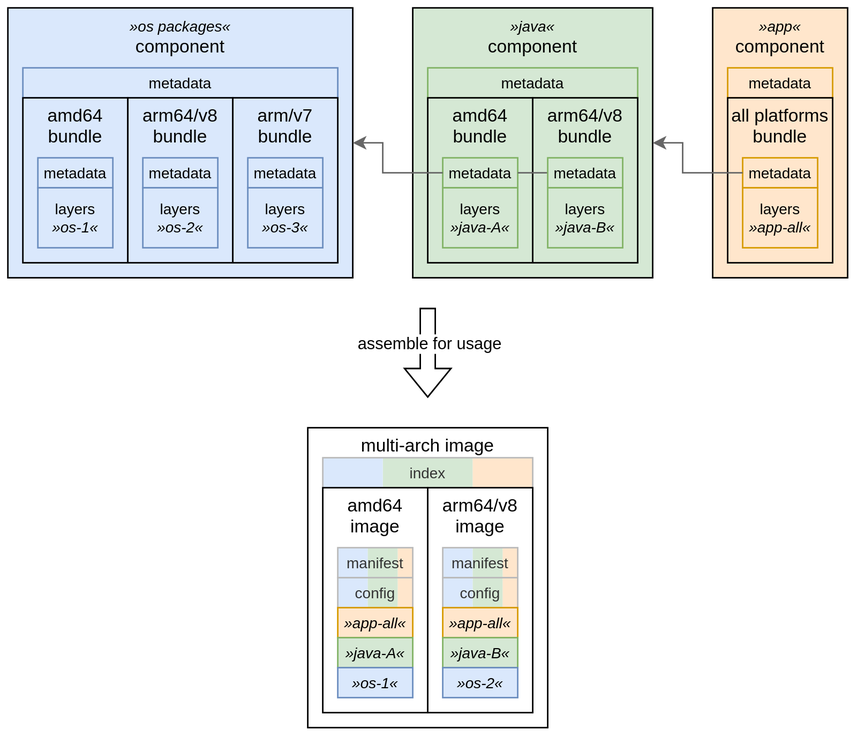
Before: docs/images/components-bundles-multi-arch.drawio.svg, a diagram exported from draw.io (SgtSilvio/gradle-oci). Source tidied: cells renumbered, new cells last; positions are measured from the earlier drawing's top-left corner, leaving out a move shared by most shapes.
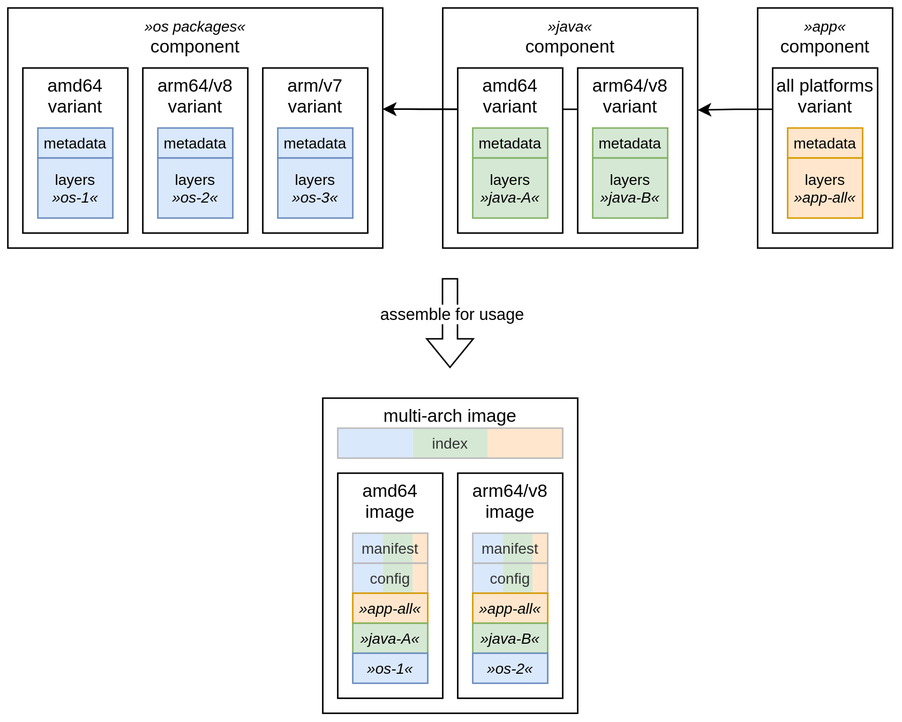
Above is the later version.

The edit, as a diff of the source:
```diff
@@ -3,123 +3,116 @@
     <mxCell id="0" />
     <mxCell id="1" parent="0" />
     <mxCell id="2" value="multi-arch image" style="rounded=0;whiteSpace=wrap;html=1;verticalAlign=top;horizontal=1;spacing=0;" parent="1" vertex="1">
-      <mxGeometry x="200" y="280" width="160" height="200" as="geometry" />
+      <mxGeometry x="210" y="280" width="170" height="210" as="geometry" />
     </mxCell>
     <mxCell id="3" style="rounded=0;whiteSpace=wrap;html=1;fillColor=#d5e8d4;strokeColor=none;" parent="1" vertex="1">
-      <mxGeometry x="250" y="300" width="60" height="20" as="geometry" />
+      <mxGeometry x="270" y="300" width="50" height="20" as="geometry" />
     </mxCell>
     <mxCell id="4" style="rounded=0;whiteSpace=wrap;html=1;fillColor=#ffe6cc;strokeColor=none;" parent="1" vertex="1">
-      <mxGeometry x="310" y="300" width="40" height="20" as="geometry" />
+      <mxGeometry x="320" y="300" width="50" height="20" as="geometry" />
     </mxCell>
     <mxCell id="5" style="rounded=0;whiteSpace=wrap;html=1;fillColor=#dae8fc;strokeColor=none;" parent="1" vertex="1">
-      <mxGeometry x="210" y="300" width="40" height="20" as="geometry" />
+      <mxGeometry x="220" y="300" width="50" height="20" as="geometry" />
     </mxCell>
     <mxCell id="6" value="&lt;font style=&quot;font-size: 10px;&quot;&gt;index&lt;/font&gt;" style="rounded=0;whiteSpace=wrap;html=1;verticalAlign=middle;spacing=2;fontSize=10;fillColor=none;fontColor=#333333;strokeColor=#BBBBBB;" parent="1" vertex="1">
-      <mxGeometry x="210" y="300" width="140" height="20" as="geometry" />
+      <mxGeometry x="220" y="300" width="150" height="20" as="geometry" />
     </mxCell>
     <mxCell id="7" value="amd64&lt;br&gt;image" style="rounded=0;whiteSpace=wrap;html=1;verticalAlign=top;spacing=0;" parent="1" vertex="1">
-      <mxGeometry x="210" y="320" width="70" height="150" as="geometry" />
+      <mxGeometry x="220" y="330" width="70" height="150" as="geometry" />
     </mxCell>
     <mxCell id="8" value="arm64/v8&lt;br&gt;image" style="rounded=0;whiteSpace=wrap;html=1;verticalAlign=top;spacing=0;" parent="1" vertex="1">
-      <mxGeometry x="280" y="320" width="70" height="150" as="geometry" />
+      <mxGeometry x="300" y="330" width="70" height="150" as="geometry" />
     </mxCell>
     <mxCell id="9" style="rounded=0;whiteSpace=wrap;html=1;fillColor=#dae8fc;strokeColor=none;" parent="1" vertex="1">
-      <mxGeometry x="220" y="360" width="20" height="20" as="geometry" />
+      <mxGeometry x="230" y="370" width="20" height="20" as="geometry" />
     </mxCell>
     <mxCell id="10" style="rounded=0;whiteSpace=wrap;html=1;fillColor=#d5e8d4;strokeColor=none;" parent="1" vertex="1">
-      <mxGeometry x="240" y="360" width="20" height="20" as="geometry" />
+      <mxGeometry x="250" y="370" width="20" height="20" as="geometry" />
     </mxCell>
     <mxCell id="11" style="rounded=0;whiteSpace=wrap;html=1;fillColor=#ffe6cc;strokeColor=none;" parent="1" vertex="1">
-      <mxGeometry x="260" y="360" width="10" height="20" as="geometry" />
+      <mxGeometry x="270" y="370" width="10" height="20" as="geometry" />
     </mxCell>
     <mxCell id="12" style="rounded=0;whiteSpace=wrap;html=1;fillColor=#dae8fc;strokeColor=none;" parent="1" vertex="1">
-      <mxGeometry x="220" y="380" width="20" height="20" as="geometry" />
+      <mxGeometry x="230" y="390" width="20" height="20" as="geometry" />
     </mxCell>
     <mxCell id="13" style="rounded=0;whiteSpace=wrap;html=1;fillColor=#d5e8d4;strokeColor=none;" parent="1" vertex="1">
-      <mxGeometry x="240" y="380" width="20" height="20" as="geometry" />
+      <mxGeometry x="250" y="390" width="20" height="20" as="geometry" />
     </mxCell>
     <mxCell id="14" style="rounded=0;whiteSpace=wrap;html=1;fillColor=#ffe6cc;strokeColor=none;" parent="1" vertex="1">
-      <mxGeometry x="260" y="380" width="10" height="20" as="geometry" />
+      <mxGeometry x="270" y="390" width="10" height="20" as="geometry" />
     </mxCell>
     <mxCell id="15" style="rounded=0;whiteSpace=wrap;html=1;fillColor=#dae8fc;strokeColor=none;" parent="1" vertex="1">
-      <mxGeometry x="290" y="360" width="20" height="20" as="geometry" />
+      <mxGeometry x="310" y="370" width="20" height="20" as="geometry" />
     </mxCell>
     <mxCell id="16" style="rounded=0;whiteSpace=wrap;html=1;fillColor=#d5e8d4;strokeColor=none;" parent="1" vertex="1">
-      <mxGeometry x="310" y="360" width="20" height="20" as="geometry" />
+      <mxGeometry x="330" y="370" width="20" height="20" as="geometry" />
     </mxCell>
     <mxCell id="17" style="rounded=0;whiteSpace=wrap;html=1;fillColor=#ffe6cc;strokeColor=none;" parent="1" vertex="1">
-      <mxGeometry x="330" y="360" width="10" height="20" as="geometry" />
+      <mxGeometry x="350" y="370" width="10" height="20" as="geometry" />
     </mxCell>
     <mxCell id="18" style="rounded=0;whiteSpace=wrap;html=1;fillColor=#dae8fc;strokeColor=none;" parent="1" vertex="1">
-      <mxGeometry x="290" y="380" width="20" height="20" as="geometry" />
+      <mxGeometry x="310" y="390" width="20" height="20" as="geometry" />
     </mxCell>
     <mxCell id="19" style="rounded=0;whiteSpace=wrap;html=1;fillColor=#d5e8d4;strokeColor=none;" parent="1" vertex="1">
-      <mxGeometry x="310" y="380" width="20" height="20" as="geometry" />
+      <mxGeometry x="330" y="390" width="20" height="20" as="geometry" />
     </mxCell>
     <mxCell id="20" style="rounded=0;whiteSpace=wrap;html=1;fillColor=#ffe6cc;strokeColor=none;" parent="1" vertex="1">
-      <mxGeometry x="330" y="380" width="10" height="20" as="geometry" />
+      <mxGeometry x="350" y="390" width="10" height="20" as="geometry" />
     </mxCell>
     <mxCell id="21" value="config" style="rounded=0;whiteSpace=wrap;html=1;strokeColor=#BBBBBB;fillColor=none;verticalAlign=middle;fontSize=10;fontColor=#333333;" parent="1" vertex="1">
-      <mxGeometry x="220" y="380" width="50" height="20" as="geometry" />
+      <mxGeometry x="230" y="390" width="50" height="20" as="geometry" />
     </mxCell>
     <mxCell id="22" value="manifest" style="rounded=0;whiteSpace=wrap;html=1;strokeColor=#BBBBBB;fillColor=none;verticalAlign=middle;fontSize=10;fontColor=#333333;" parent="1" vertex="1">
-      <mxGeometry x="220" y="360" width="50" height="20" as="geometry" />
+      <mxGeometry x="230" y="370" width="50" height="20" as="geometry" />
     </mxCell>
     <mxCell id="23" value="config" style="rounded=0;whiteSpace=wrap;html=1;strokeColor=#BBBBBB;fillColor=none;verticalAlign=middle;fontSize=10;fontColor=#333333;" parent="1" vertex="1">
-      <mxGeometry x="290" y="380" width="50" height="20" as="geometry" />
+      <mxGeometry x="310" y="390" width="50" height="20" as="geometry" />
     </mxCell>
     <mxCell id="24" value="manifest" style="rounded=0;whiteSpace=wrap;html=1;strokeColor=#BBBBBB;fillColor=none;verticalAlign=middle;fontSize=10;fontColor=#333333;" parent="1" vertex="1">
-      <mxGeometry x="290" y="360" width="50" height="20" as="geometry" />
+      <mxGeometry x="310" y="370" width="50" height="20" as="geometry" />
     </mxCell>
-    <mxCell id="25" value="&lt;i style=&quot;border-color: var(--border-color); font-size: 10px;&quot;&gt;»app«&lt;/i&gt;&lt;br style=&quot;border-color: var(--border-color);&quot;&gt;component" style="rounded=0;whiteSpace=wrap;html=1;strokeColor=default;fillColor=#ffe6cc;verticalAlign=top;horizontal=1;spacing=0;" parent="1" vertex="1">
-      <mxGeometry x="470" width="90" height="180" as="geometry" />
+    <mxCell id="25" value="&lt;i style=&quot;border-color: var(--border-color); font-size: 10px;&quot;&gt;»app«&lt;/i&gt;&lt;br style=&quot;border-color: var(--border-color);&quot;&gt;component" style="rounded=0;whiteSpace=wrap;html=1;verticalAlign=top;horizontal=1;spacing=0;" parent="1" vertex="1">
+      <mxGeometry x="500" y="20" width="90" height="160" as="geometry" />
     </mxCell>
-    <mxCell id="26" value="metadata" style="rounded=0;whiteSpace=wrap;html=1;strokeColor=#d79b00;fillColor=#ffe6cc;verticalAlign=middle;fontSize=10;" parent="1" vertex="1">
-      <mxGeometry x="480" y="40" width="70" height="20" as="geometry" />
-    </mxCell>
-    <mxCell id="27" value="all platforms&lt;br&gt;bundle" style="rounded=0;whiteSpace=wrap;html=1;strokeColor=default;fillColor=#ffe6cc;verticalAlign=top;spacing=0;" parent="1" vertex="1">
-      <mxGeometry x="480" y="60" width="70" height="110" as="geometry" />
+    <mxCell id="27" value="all platforms&lt;br&gt;variant" style="rounded=0;whiteSpace=wrap;html=1;verticalAlign=top;spacing=0;" parent="1" vertex="1">
+      <mxGeometry x="510" y="60" width="70" height="110" as="geometry" />
     </mxCell>
     <mxCell id="28" value="metadata" style="rounded=0;whiteSpace=wrap;html=1;strokeColor=#d79b00;fillColor=#ffe6cc;verticalAlign=middle;fontSize=10;" parent="1" vertex="1">
-      <mxGeometry x="490" y="100" width="50" height="20" as="geometry" />
+      <mxGeometry x="520" y="100" width="50" height="20" as="geometry" />
     </mxCell>
     <mxCell id="29" value="layers&lt;br&gt;&lt;i style=&quot;border-color: var(--border-color);&quot;&gt;»app-all«&lt;/i&gt;" style="rounded=0;whiteSpace=wrap;html=1;strokeColor=#d79b00;fillColor=#ffe6cc;verticalAlign=middle;fontSize=10;" parent="1" vertex="1">
-      <mxGeometry x="490" y="120" width="50" height="40" as="geometry" />
+      <mxGeometry x="520" y="120" width="50" height="40" as="geometry" />
     </mxCell>
-    <mxCell id="30" value="&lt;i style=&quot;border-color: var(--border-color); font-size: 10px;&quot;&gt;»java«&lt;br&gt;&lt;/i&gt;component" style="rounded=0;whiteSpace=wrap;html=1;strokeColor=default;fillColor=#d5e8d4;verticalAlign=top;horizontal=1;spacing=0;" parent="1" vertex="1">
-      <mxGeometry x="270" width="160" height="180" as="geometry" />
+    <mxCell id="30" value="&lt;i style=&quot;border-color: var(--border-color); font-size: 10px;&quot;&gt;»java«&lt;br&gt;&lt;/i&gt;component" style="rounded=0;whiteSpace=wrap;html=1;verticalAlign=top;horizontal=1;spacing=0;" parent="1" vertex="1">
+      <mxGeometry x="290" y="20" width="170" height="160" as="geometry" />
     </mxCell>
-    <mxCell id="31" value="&lt;font style=&quot;font-size: 10px;&quot;&gt;metadata&lt;/font&gt;" style="rounded=0;whiteSpace=wrap;html=1;strokeColor=#82b366;fillColor=#d5e8d4;verticalAlign=middle;spacing=2;fontSize=10;" parent="1" vertex="1">
-      <mxGeometry x="280" y="40" width="140" height="20" as="geometry" />
-    </mxCell>
+    <mxCell id="60" style="edgeStyle=orthogonalEdgeStyle;rounded=0;jettySize=auto;html=1;exitX=0;exitY=0.25;exitDx=0;exitDy=0;" parent="1" edge="1" source="35">
+      <mxGeometry relative="1" as="geometry">
+        <mxPoint x="250" y="87.4" as="targetPoint" />
+      </mxGeometry>
+    </mxCell>
-    <mxCell id="32" value="amd64&lt;br&gt;bundle" style="rounded=0;whiteSpace=wrap;html=1;strokeColor=default;fillColor=#d5e8d4;verticalAlign=top;spacing=0;" parent="1" vertex="1">
-      <mxGeometry x="280" y="60" width="70" height="110" as="geometry" />
+    <mxCell id="32" value="amd64&lt;br&gt;variant" style="rounded=0;whiteSpace=wrap;html=1;verticalAlign=top;spacing=0;" parent="1" vertex="1">
+      <mxGeometry x="300" y="60" width="70" height="110" as="geometry" />
     </mxCell>
     <mxCell id="33" value="metadata" style="rounded=0;whiteSpace=wrap;html=1;strokeColor=#82b366;fillColor=#d5e8d4;verticalAlign=middle;fontSize=10;" parent="1" vertex="1">
-      <mxGeometry x="290" y="100" width="50" height="20" as="geometry" />
+      <mxGeometry x="310" y="100" width="50" height="20" as="geometry" />
     </mxCell>
     <mxCell id="34" value="layers&lt;br&gt;&lt;i style=&quot;border-color: var(--border-color);&quot;&gt;»java-A«&lt;/i&gt;" style="rounded=0;whiteSpace=wrap;html=1;strokeColor=#82b366;fillColor=#d5e8d4;verticalAlign=middle;fontSize=10;" parent="1" vertex="1">
-      <mxGeometry x="290" y="120" width="50" height="40" as="geometry" />
+      <mxGeometry x="310" y="120" width="50" height="40" as="geometry" />
     </mxCell>
-    <mxCell id="35" value="arm64/v8&lt;br&gt;bundle" style="rounded=0;whiteSpace=wrap;html=1;strokeColor=default;fillColor=#d5e8d4;verticalAlign=top;spacing=0;" parent="1" vertex="1">
-      <mxGeometry x="350" y="60" width="70" height="110" as="geometry" />
+    <mxCell id="35" value="arm64/v8&lt;br&gt;variant" style="rounded=0;whiteSpace=wrap;html=1;verticalAlign=top;spacing=0;" parent="1" vertex="1">
+      <mxGeometry x="380" y="60" width="70" height="110" as="geometry" />
     </mxCell>
-    <mxCell id="36" style="edgeStyle=orthogonalEdgeStyle;rounded=0;jettySize=auto;html=1;exitX=0;exitY=0.5;exitDx=0;exitDy=0;entryX=1;entryY=0.5;entryDx=0;entryDy=0;endArrow=none;endFill=0;fillColor=#f5f5f5;strokeColor=#666666;" parent="1" edge="1" source="37" target="33">
-      <mxGeometry relative="1" as="geometry" />
-    </mxCell>
     <mxCell id="37" value="metadata" style="rounded=0;whiteSpace=wrap;html=1;strokeColor=#82b366;fillColor=#d5e8d4;verticalAlign=middle;fontSize=10;" parent="1" vertex="1">
-      <mxGeometry x="360" y="100" width="50" height="20" as="geometry" />
+      <mxGeometry x="390" y="100" width="50" height="20" as="geometry" />
     </mxCell>
     <mxCell id="38" value="layers&lt;br&gt;&lt;i style=&quot;border-color: var(--border-color);&quot;&gt;»java-B«&lt;/i&gt;" style="rounded=0;whiteSpace=wrap;html=1;strokeColor=#82b366;fillColor=#d5e8d4;verticalAlign=middle;fontSize=10;" parent="1" vertex="1">
-      <mxGeometry x="360" y="120" width="50" height="40" as="geometry" />
+      <mxGeometry x="390" y="120" width="50" height="40" as="geometry" />
     </mxCell>
-    <mxCell id="39" value="&lt;i style=&quot;border-color: var(--border-color); font-size: 10px;&quot;&gt;»os packages«&lt;/i&gt;&lt;br style=&quot;border-color: var(--border-color);&quot;&gt;component" style="rounded=0;whiteSpace=wrap;html=1;strokeColor=default;fillColor=#dae8fc;verticalAlign=top;horizontal=1;spacing=0;" parent="1" vertex="1">
-      <mxGeometry width="230" height="180" as="geometry" />
+    <mxCell id="39" value="&lt;i style=&quot;border-color: var(--border-color); font-size: 10px;&quot;&gt;»os packages«&lt;/i&gt;&lt;br style=&quot;border-color: var(--border-color);&quot;&gt;component" style="rounded=0;whiteSpace=wrap;html=1;verticalAlign=top;horizontal=1;spacing=0;" parent="1" vertex="1">
+      <mxGeometry y="20" width="250" height="160" as="geometry" />
     </mxCell>
-    <mxCell id="40" value="&lt;font style=&quot;font-size: 10px;&quot;&gt;metadata&lt;/font&gt;" style="rounded=0;whiteSpace=wrap;html=1;strokeColor=#6c8ebf;fillColor=#dae8fc;verticalAlign=middle;spacing=2;fontSize=10;" parent="1" vertex="1">
-      <mxGeometry x="10" y="40" width="210" height="20" as="geometry" />
-    </mxCell>
-    <mxCell id="41" value="amd64&lt;br&gt;bundle" style="rounded=0;whiteSpace=wrap;html=1;strokeColor=default;fillColor=#dae8fc;verticalAlign=top;spacing=0;" parent="1" vertex="1">
+    <mxCell id="41" value="amd64&lt;br&gt;variant" style="rounded=0;whiteSpace=wrap;html=1;verticalAlign=top;spacing=0;" parent="1" vertex="1">
       <mxGeometry x="10" y="60" width="70" height="110" as="geometry" />
     </mxCell>
     <mxCell id="42" value="metadata" style="rounded=0;whiteSpace=wrap;html=1;strokeColor=#6c8ebf;fillColor=#dae8fc;verticalAlign=middle;fontSize=10;" parent="1" vertex="1">
@@ -128,28 +121,28 @@
     <mxCell id="43" value="layers&lt;br&gt;&lt;i&gt;»os-1«&lt;/i&gt;" style="rounded=0;whiteSpace=wrap;html=1;strokeColor=#6c8ebf;fillColor=#dae8fc;verticalAlign=middle;fontSize=10;" parent="1" vertex="1">
       <mxGeometry x="20" y="120" width="50" height="40" as="geometry" />
     </mxCell>
-    <mxCell id="44" value="arm64/v8&lt;br&gt;bundle" style="rounded=0;whiteSpace=wrap;html=1;strokeColor=default;fillColor=#dae8fc;verticalAlign=top;spacing=0;" parent="1" vertex="1">
-      <mxGeometry x="80" y="60" width="70" height="110" as="geometry" />
+    <mxCell id="44" value="arm64/v8&lt;br&gt;variant" style="rounded=0;whiteSpace=wrap;html=1;verticalAlign=top;spacing=0;" parent="1" vertex="1">
+      <mxGeometry x="90" y="60" width="70" height="110" as="geometry" />
     </mxCell>
     <mxCell id="45" value="metadata" style="rounded=0;whiteSpace=wrap;html=1;strokeColor=#6c8ebf;fillColor=#dae8fc;verticalAlign=middle;fontSize=10;" parent="1" vertex="1">
-      <mxGeometry x="90" y="100" width="50" height="20" as="geometry" />
+      <mxGeometry x="100" y="100" width="50" height="20" as="geometry" />
     </mxCell>
     <mxCell id="46" value="layers&lt;br&gt;&lt;span style=&quot;border-color: var(--border-color);&quot;&gt;&lt;i&gt;»os-2«&lt;/i&gt;&lt;/span&gt;" style="rounded=0;whiteSpace=wrap;html=1;strokeColor=#6c8ebf;fillColor=#dae8fc;verticalAlign=middle;fontSize=10;" parent="1" vertex="1">
-      <mxGeometry x="90" y="120" width="50" height="40" as="geometry" />
+      <mxGeometry x="100" y="120" width="50" height="40" as="geometry" />
     </mxCell>
-    <mxCell id="47" value="arm/v7&lt;br&gt;bundle" style="rounded=0;whiteSpace=wrap;html=1;strokeColor=default;fillColor=#dae8fc;verticalAlign=top;spacing=0;" parent="1" vertex="1">
-      <mxGeometry x="150" y="60" width="70" height="110" as="geometry" />
+    <mxCell id="47" value="arm/v7&lt;br&gt;variant" style="rounded=0;whiteSpace=wrap;html=1;verticalAlign=top;spacing=0;" parent="1" vertex="1">
+      <mxGeometry x="170" y="60" width="70" height="110" as="geometry" />
     </mxCell>
     <mxCell id="48" value="metadata" style="rounded=0;whiteSpace=wrap;html=1;strokeColor=#6c8ebf;fillColor=#dae8fc;verticalAlign=middle;fontSize=10;" parent="1" vertex="1">
-      <mxGeometry x="160" y="100" width="50" height="20" as="geometry" />
+      <mxGeometry x="180" y="100" width="50" height="20" as="geometry" />
     </mxCell>
     <mxCell id="49" value="layers&lt;br&gt;&lt;span style=&quot;border-color: var(--border-color);&quot;&gt;&lt;i&gt;»os-3«&lt;/i&gt;&lt;/span&gt;" style="rounded=0;whiteSpace=wrap;html=1;strokeColor=#6c8ebf;fillColor=#dae8fc;verticalAlign=middle;fontSize=10;" parent="1" vertex="1">
-      <mxGeometry x="160" y="120" width="50" height="40" as="geometry" />
+      <mxGeometry x="180" y="120" width="50" height="40" as="geometry" />
     </mxCell>
     <mxCell id="50" style="shape=flexArrow;endArrow=classic;html=1;rounded=0;" parent="1" edge="1">
       <mxGeometry relative="1" as="geometry">
-        <mxPoint x="280" y="200" as="sourcePoint" />
-        <mxPoint x="280" y="260" as="targetPoint" />
+        <mxPoint x="294.8" y="200" as="sourcePoint" />
+        <mxPoint x="294.8" y="260" as="targetPoint" />
       </mxGeometry>
     </mxCell>
     <mxCell id="51" value="assemble for usage" style="edgeLabel;html=1;align=center;verticalAlign=middle;" parent="50" vertex="1">
@@ -158,38 +151,28 @@
       </mxGeometry>
     </mxCell>
     <mxCell id="52" value="&lt;i style=&quot;border-color: var(--border-color);&quot;&gt;»app-all«&lt;/i&gt;" style="rounded=0;whiteSpace=wrap;html=1;strokeColor=#d79b00;fillColor=#ffe6cc;verticalAlign=middle;fontSize=10;" parent="1" vertex="1">
-      <mxGeometry x="220" y="400" width="50" height="20" as="geometry" />
+      <mxGeometry x="230" y="410" width="50" height="20" as="geometry" />
     </mxCell>
     <mxCell id="53" value="&lt;i style=&quot;border-color: var(--border-color);&quot;&gt;»java-A«&lt;/i&gt;" style="rounded=0;whiteSpace=wrap;html=1;strokeColor=#82b366;fillColor=#d5e8d4;verticalAlign=middle;fontSize=10;" parent="1" vertex="1">
-      <mxGeometry x="220" y="420" width="50" height="20" as="geometry" />
+      <mxGeometry x="230" y="430" width="50" height="20" as="geometry" />
     </mxCell>
     <mxCell id="54" value="&lt;i style=&quot;border-color: var(--border-color);&quot;&gt;»os-1«&lt;/i&gt;" style="rounded=0;whiteSpace=wrap;html=1;strokeColor=#6c8ebf;fillColor=#dae8fc;verticalAlign=middle;fontSize=10;" parent="1" vertex="1">
-      <mxGeometry x="220" y="440" width="50" height="20" as="geometry" />
+      <mxGeometry x="230" y="450" width="50" height="20" as="geometry" />
     </mxCell>
     <mxCell id="55" value="&lt;i style=&quot;border-color: var(--border-color);&quot;&gt;»app-all«&lt;/i&gt;" style="rounded=0;whiteSpace=wrap;html=1;strokeColor=#d79b00;fillColor=#ffe6cc;verticalAlign=middle;fontSize=10;" parent="1" vertex="1">
-      <mxGeometry x="290" y="400" width="50" height="20" as="geometry" />
+      <mxGeometry x="310" y="410" width="50" height="20" as="geometry" />
     </mxCell>
     <mxCell id="56" value="&lt;i style=&quot;border-color: var(--border-color);&quot;&gt;»java-B«&lt;/i&gt;" style="rounded=0;whiteSpace=wrap;html=1;strokeColor=#82b366;fillColor=#d5e8d4;verticalAlign=middle;fontSize=10;" parent="1" vertex="1">
-      <mxGeometry x="290" y="420" width="50" height="20" as="geometry" />
+      <mxGeometry x="310" y="430" width="50" height="20" as="geometry" />
     </mxCell>
     <mxCell id="57" value="&lt;i style=&quot;border-color: var(--border-color);&quot;&gt;»os-2«&lt;/i&gt;" style="rounded=0;whiteSpace=wrap;html=1;strokeColor=#6c8ebf;fillColor=#dae8fc;verticalAlign=middle;fontSize=10;" parent="1" vertex="1">
-      <mxGeometry x="290" y="440" width="50" height="20" as="geometry" />
+      <mxGeometry x="310" y="450" width="50" height="20" as="geometry" />
     </mxCell>
-    <mxCell id="58" style="edgeStyle=orthogonalEdgeStyle;rounded=0;jettySize=auto;html=1;exitX=0;exitY=0.5;exitDx=0;exitDy=0;entryX=1;entryY=0.5;entryDx=0;entryDy=0;fillColor=#f5f5f5;strokeColor=#666666;" parent="1" edge="1" source="28" target="30">
-      <mxGeometry relative="1" as="geometry">
-        <Array as="points">
-          <mxPoint x="450" y="110" />
-          <mxPoint x="450" y="90" />
-        </Array>
-      </mxGeometry>
-    </mxCell>
-    <mxCell id="59" style="edgeStyle=orthogonalEdgeStyle;rounded=0;jettySize=auto;html=1;exitX=0;exitY=0.5;exitDx=0;exitDy=0;entryX=1;entryY=0.5;entryDx=0;entryDy=0;fillColor=#f5f5f5;strokeColor=#666666;" parent="1" edge="1" source="33" target="39">
-      <mxGeometry relative="1" as="geometry">
-        <Array as="points">
-          <mxPoint x="250" y="110" />
-          <mxPoint x="250" y="90" />
-        </Array>
-      </mxGeometry>
-    </mxCell>
+    <mxCell id="61" style="edgeStyle=orthogonalEdgeStyle;rounded=0;jettySize=auto;html=1;exitX=0;exitY=0.25;exitDx=0;exitDy=0;entryX=1;entryY=0.421;entryDx=0;entryDy=0;entryPerimeter=0;" parent="1" edge="1" source="32" target="39">
+      <mxGeometry relative="1" as="geometry" />
+    </mxCell>
+    <mxCell id="62" style="edgeStyle=orthogonalEdgeStyle;rounded=0;jettySize=auto;html=1;exitX=0;exitY=0.25;exitDx=0;exitDy=0;entryX=1;entryY=0.425;entryDx=0;entryDy=0;entryPerimeter=0;" parent="1" edge="1" source="27" target="30">
+      <mxGeometry relative="1" as="geometry" />
+    </mxCell>
   </root>
 </mxGraphModel>
```
